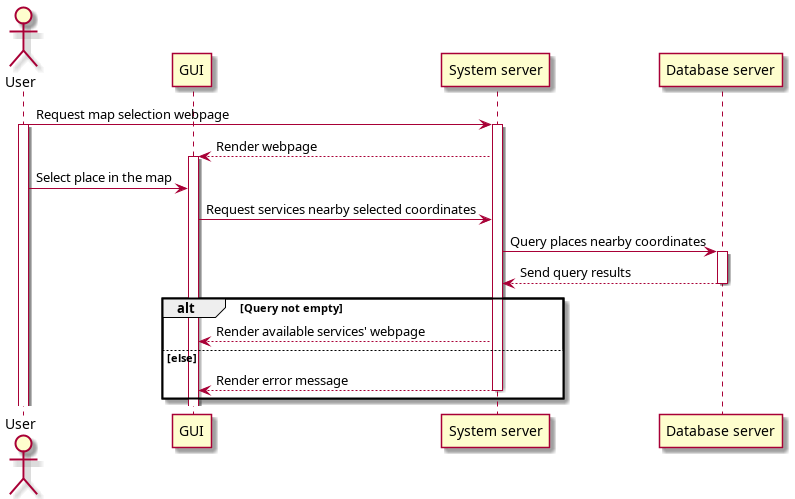
Earlier version of the PlantUML export rapport/uml/images/sequence/map_nearby_seq.png (techguyseli/touristy).
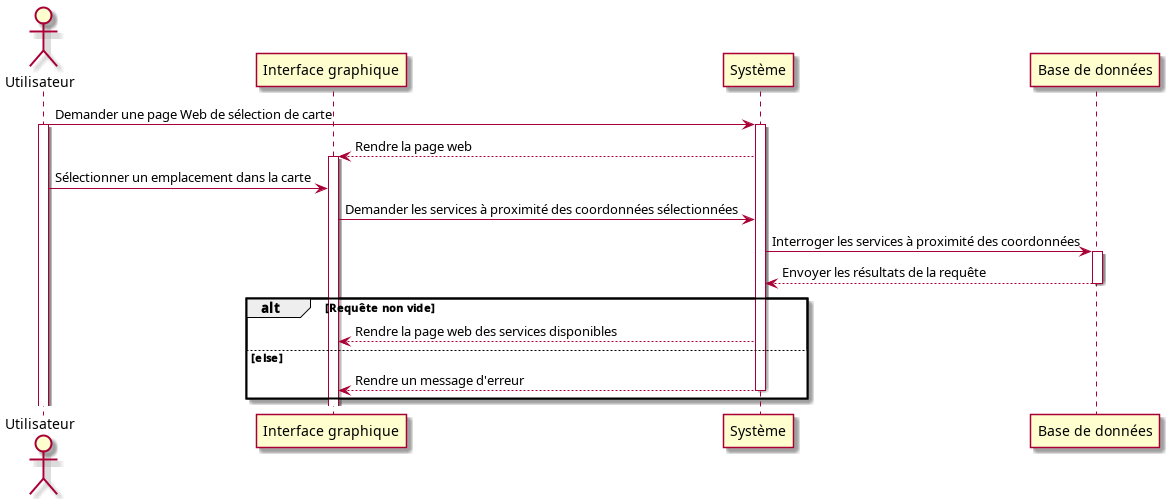
After the commit.

Diff of the diagram source:
```diff
@@ -1,23 +1,23 @@
 @startuml map_nearby_seq
-actor User as usr
-participant "GUI" as fr
-participant "System server" as sys
-participant "Database server" as db
-usr -> sys : Request map selection webpage
+actor Utilisateur as usr
+participant "Interface graphique" as fr
+participant "Système" as sys
+participant "Base de données" as db
+usr -> sys : Demander une page Web de sélection de carte
 activate usr
 activate sys
-sys --> fr : Render webpage
+sys --> fr : Rendre la page web
 activate fr
-usr -> fr : Select place in the map
-fr -> sys : Request services nearby selected coordinates
-sys -> db : Query places nearby coordinates
+usr -> fr : Sélectionner un emplacement dans la carte
+fr -> sys : Demander les services à proximité des coordonnées sélectionnées
+sys -> db : Interroger les services à proximité des coordonnées
 activate db
-db --> sys : Send query results
+db --> sys : Envoyer les résultats de la requête
 deactivate db
-alt Query not empty
-    sys --> fr : Render available services' webpage
+alt Requête non vide
+    sys --> fr : Rendre la page web des services disponibles
 else else
-    sys --> fr : Render error message
+    sys --> fr : Rendre un message d'erreur
     deactivate sys
 end
 @enduml
```
